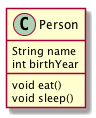
Before: assets/images/uml/oop/object.png, a diagram exported from PlantUML (lyhcode/oosad).
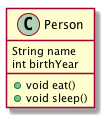
Later version of the same file.

The edit, as a diff of the source:
```diff
@@ -3,7 +3,7 @@
     String name
     int birthYear
 
-    void eat()
-    void sleep()
+    + void eat()
+    + void sleep()
 }
 @enduml
```
